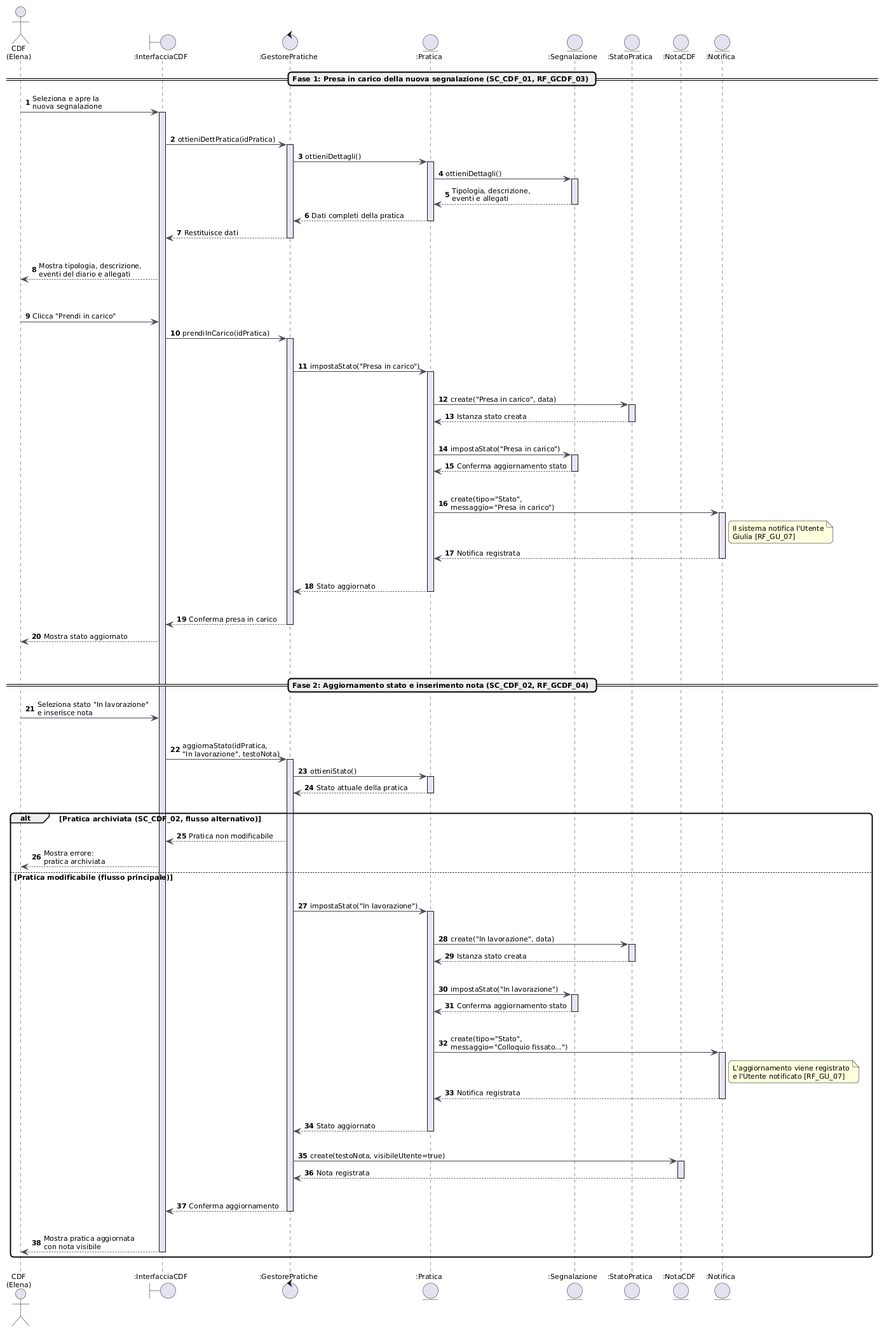
The PlantUML diagram docs/rad/assets/images/SD_Gestione_Segnalazione.png in pharos-oss/pharos, before a commit.
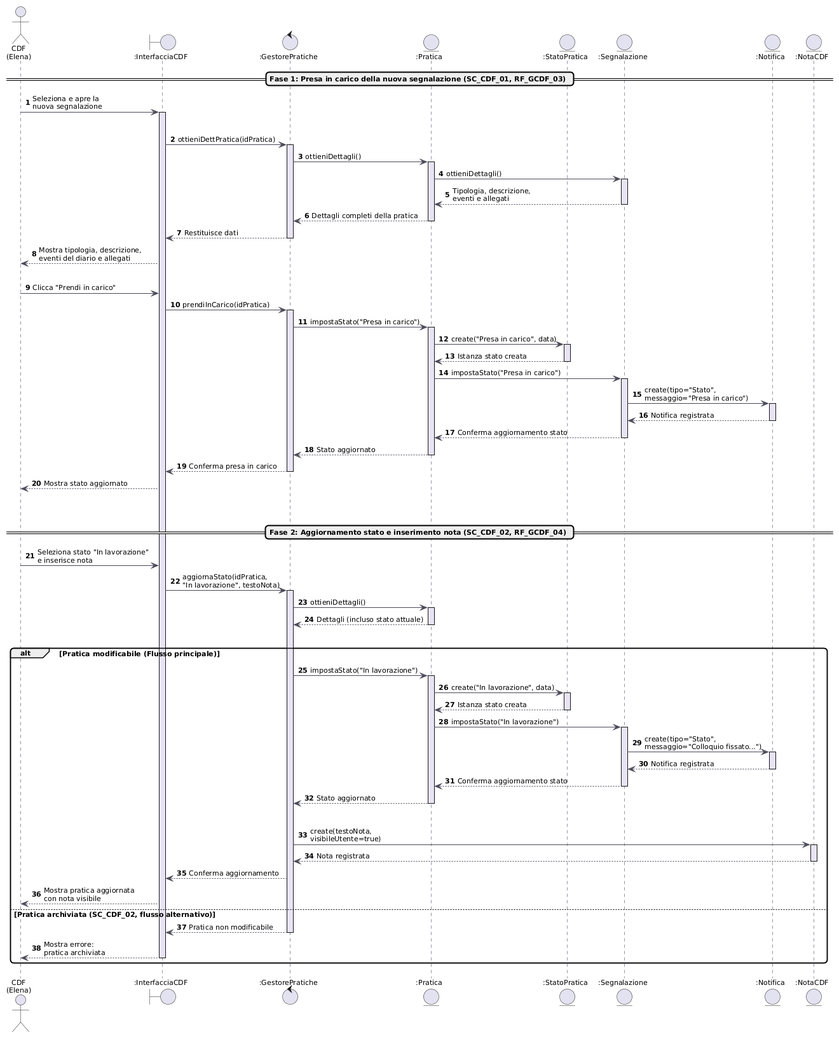
The same file after the commit.

Commit message:
fix: Corretti gli overlap, il flusso delle frecce, l'activation bar, e logica dell'alt.

Diff of the diagram source:
```diff
@@ -22,10 +22,10 @@
 boundary ":InterfacciaCDF" as IU
 control ":GestorePratiche" as GP
 entity ":Pratica" as P
+entity ":StatoPratica" as SP
 entity ":Segnalazione" as S
-entity ":StatoPratica" as SP
+entity ":Notifica" as N
 entity ":NotaCDF" as NC
-entity ":Notifica" as N
 
 == Fase 1: Presa in carico della nuova segnalazione (SC_CDF_01, RF_GCDF_03) ==
 
@@ -33,7 +33,6 @@
 activate IU
 
 |||
-
 IU -> GP : ottieniDettPratica(idPratica)
 activate GP
 
@@ -45,55 +44,42 @@
 S --> P : Tipologia, descrizione,\neventi e allegati
 deactivate S
 
-P --> GP : Dati completi della pratica
+P --> GP : Dettagli completi della pratica
 deactivate P
 
 GP --> IU : Restituisce dati
 deactivate GP
 
-|||
-
 IU --> CDF : Mostra tipologia, descrizione,\neventi del diario e allegati
 
-||40||
+||20||
 
 CDF -> IU : Clicca "Prendi in carico"
 IU -> GP : prendiInCarico(idPratica)
 activate GP
 
-|||
-
 GP -> P : impostaStato("Presa in carico")
 activate P
-
-|||
 
 P -> SP : create("Presa in carico", data)
 activate SP
 SP --> P : Istanza stato creata
 deactivate SP
 
-|||
-
 P -> S : impostaStato("Presa in carico")
 activate S
+
+S -> N : create(tipo="Stato",\nmessaggio="Presa in carico")
+activate N
+
+N --> S : Notifica registrata
+deactivate N
+
 S --> P : Conferma aggiornamento stato
 deactivate S
 
-|||
-
-P -> N : create(tipo="Stato",\nmessaggio="Presa in carico")
-activate N
-note right of N: Il sistema notifica l'Utente\nGiulia [RF_GU_07]
-N --> P : Notifica registrata
-deactivate N
-
-|||
-
 P --> GP : Stato aggiornato
 deactivate P
-
-|||
 
 GP --> IU : Conferma presa in carico
 deactivate GP
@@ -106,75 +92,60 @@
 
 CDF -> IU : Seleziona stato "In lavorazione"\ne inserisce nota
 
-|||
-
 IU -> GP : aggiornaStato(idPratica,\n"In lavorazione", testoNota)
 activate GP
 
-GP -> P : ottieniStato()
+GP -> P : ottieniDettagli()
 activate P
-P --> GP : Stato attuale della pratica
+P --> GP : Dettagli (incluso stato attuale)
 deactivate P
 
-||20||
+|||
 
-alt Pratica archiviata (SC_CDF_02, flusso alternativo)
-
-    GP --> IU : Pratica non modificabile
-    IU --> CDF : Mostra errore:\npratica archiviata
-
-else Pratica modificabile (flusso principale)
-
-    |||
+alt Pratica modificabile (Flusso principale)
 
     GP -> P : impostaStato("In lavorazione")
     activate P
-
-    |||
 
     P -> SP : create("In lavorazione", data)
     activate SP
     SP --> P : Istanza stato creata
     deactivate SP
 
-    |||
-
     P -> S : impostaStato("In lavorazione")
     activate S
+
+    S -> N : create(tipo="Stato",\nmessaggio="Colloquio fissato...")
+    activate N
+    N --> S : Notifica registrata
+    deactivate N
+
     S --> P : Conferma aggiornamento stato
     deactivate S
-
-    |||
-
-    P -> N : create(tipo="Stato",\nmessaggio="Colloquio fissato...")
-    activate N
-    note right of N: L'aggiornamento viene registrato\ne l'Utente notificato [RF_GU_07]
-    N --> P : Notifica registrata
-    deactivate N
-
-    |||
 
     P --> GP : Stato aggiornato
     deactivate P
 
-    ||20||
+    |||
 
-    GP -> NC : create(testoNota, visibileUtente=true)
+    GP -> NC : create(testoNota,\nvisibileUtente=true)
     activate NC
     NC --> GP : Nota registrata
     deactivate NC
 
-    |||
+    GP --> IU : Conferma aggiornamento
 
-    GP --> IU : Conferma aggiornamento
+    IU --> CDF : Mostra pratica aggiornata\ncon nota visibile
+
+else Pratica archiviata (SC_CDF_02, flusso alternativo)
+
+    GP --> IU : Pratica non modificabile
 
     deactivate GP
 
-    |||
+    IU --> CDF : Mostra errore:\npratica archiviata
 
-    IU --> CDF : Mostra pratica aggiornata\ncon nota visibile
-
-    deactivate IU
+   deactivate IU
 
 end
 @enduml
```
